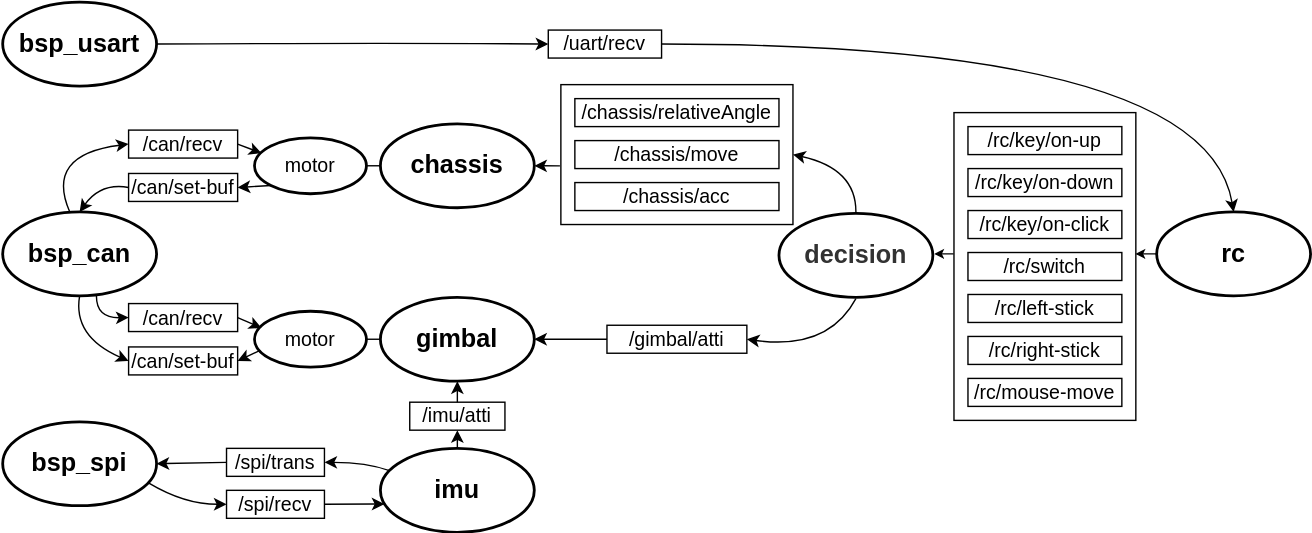
The draw.io diagram README-IMG/节点图.drawio.svg in wuchuang2001/UIML, before a commit. Source tidied: cells renumbered, new cells last; positions are measured from the earlier drawing's top-left corner, leaving out a move shared by most shapes.
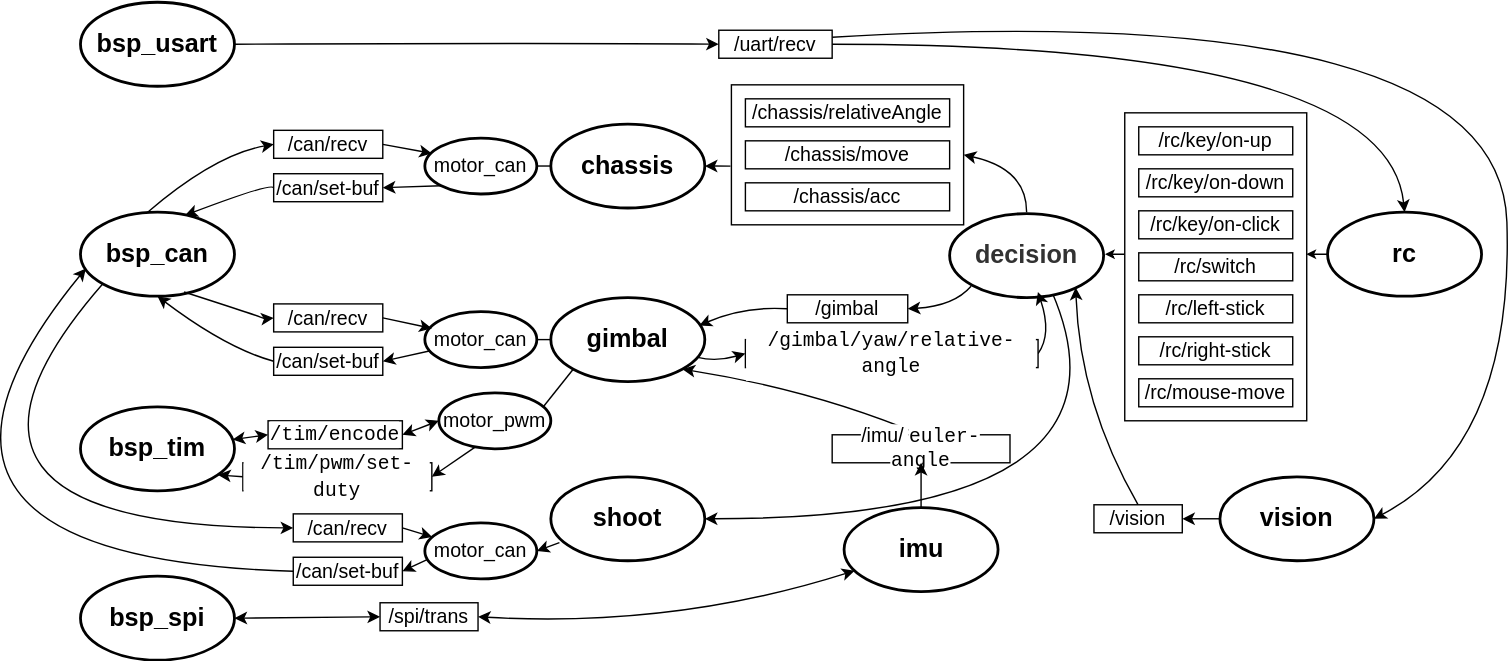
After the commit.

Commit message:
1.修改云台文件中部分bug 2.修改readme文件中todo已完成部分 3.修改节点图

What changed in the source:
```diff
@@ -5,9 +5,16 @@
     <mxCell id="2" value="&lt;font style=&quot;font-size: 18px&quot;&gt;&lt;b&gt;bsp_usart&lt;/b&gt;&lt;/font&gt;" style="ellipse;whiteSpace=wrap;html=1;strokeWidth=2;" parent="1" vertex="1">
-      <mxGeometry width="110" height="60" as="geometry" />
+      <mxGeometry x="-66" width="110" height="60" as="geometry" />
     </mxCell>
+    <mxCell id="57" style="edgeStyle=none;curved=1;html=1;exitX=0;exitY=1;exitDx=0;exitDy=0;entryX=0;entryY=0.5;entryDx=0;entryDy=0;fontColor=#000000;startArrow=none;startFill=0;endArrow=classic;endFill=1;" parent="1" edge="1" source="3" target="81">
+      <mxGeometry relative="1" as="geometry">
+        <Array as="points">
+          <mxPoint x="-202" y="375" />
+        </Array>
+      </mxGeometry>
+    </mxCell>
     <mxCell id="3" value="&lt;font style=&quot;font-size: 18px&quot;&gt;&lt;b&gt;bsp_can&lt;/b&gt;&lt;/font&gt;" style="ellipse;whiteSpace=wrap;html=1;strokeWidth=2;" parent="1" vertex="1">
-      <mxGeometry y="150" width="110" height="60" as="geometry" />
+      <mxGeometry x="-66" y="150" width="110" height="60" as="geometry" />
     </mxCell>
     <mxCell id="4" value="&lt;font style=&quot;font-size: 18px&quot;&gt;&lt;b&gt;bsp_spi&lt;/b&gt;&lt;/font&gt;" style="ellipse;whiteSpace=wrap;html=1;strokeWidth=2;" parent="1" vertex="1">
-      <mxGeometry y="300" width="110" height="60" as="geometry" />
+      <mxGeometry x="-66" y="410" width="110" height="60" as="geometry" />
     </mxCell>
@@ -16,2 +23,10 @@
     </mxCell>
+    <mxCell id="58" style="edgeStyle=none;curved=1;html=1;entryX=1;entryY=0.5;entryDx=0;entryDy=0;fontColor=#000000;startArrow=none;startFill=0;endArrow=classic;endFill=1;" parent="1" edge="1" target="72">
+      <mxGeometry relative="1" as="geometry">
+        <mxPoint x="628" y="207" as="sourcePoint" />
+        <Array as="points">
+          <mxPoint x="698" y="369" />
+        </Array>
+      </mxGeometry>
+    </mxCell>
     <mxCell id="6" value="&lt;span style=&quot;color: rgb(50 , 50 , 50) ; background-color: rgba(255 , 255 , 255 , 0.01)&quot;&gt;&lt;font style=&quot;font-size: 18px&quot;&gt;&lt;b&gt;decision&lt;/b&gt;&lt;/font&gt;&lt;/span&gt;" style="ellipse;whiteSpace=wrap;html=1;perimeterSpacing=1;strokeWidth=2;" parent="1" vertex="1">
@@ -22,2 +37,9 @@
     </mxCell>
+    <mxCell id="59" style="edgeStyle=none;html=1;entryX=0;entryY=0.5;entryDx=0;entryDy=0;fontColor=#000000;curved=1;" parent="1" edge="1" source="8" target="62">
+      <mxGeometry relative="1" as="geometry">
+        <Array as="points">
+          <mxPoint x="388" y="257" />
+        </Array>
+      </mxGeometry>
+    </mxCell>
     <mxCell id="8" value="&lt;font style=&quot;font-size: 18px&quot;&gt;&lt;b&gt;gimbal&lt;/b&gt;&lt;/font&gt;" style="ellipse;whiteSpace=wrap;html=1;strokeWidth=2;" parent="1" vertex="1">
@@ -26,8 +48,8 @@
     <mxCell id="9" value="&lt;font style=&quot;font-size: 18px&quot;&gt;&lt;b&gt;imu&lt;/b&gt;&lt;/font&gt;" style="ellipse;whiteSpace=wrap;html=1;strokeWidth=2;" parent="1" vertex="1">
-      <mxGeometry x="270" y="319" width="110" height="60" as="geometry" />
+      <mxGeometry x="479.5" y="361" width="110" height="60" as="geometry" />
     </mxCell>
-    <mxCell id="10" value="&lt;font style=&quot;font-size: 14px&quot;&gt;motor&lt;/font&gt;" style="ellipse;whiteSpace=wrap;html=1;strokeWidth=2;" parent="1" vertex="1">
+    <mxCell id="10" value="&lt;font style=&quot;font-size: 14px&quot;&gt;motor_can&lt;/font&gt;" style="ellipse;whiteSpace=wrap;html=1;strokeWidth=2;" parent="1" vertex="1">
       <mxGeometry x="180" y="97" width="80" height="40" as="geometry" />
     </mxCell>
-    <mxCell id="11" value="&lt;font style=&quot;font-size: 14px&quot;&gt;motor&lt;/font&gt;" style="ellipse;whiteSpace=wrap;html=1;strokeWidth=2;" parent="1" vertex="1">
+    <mxCell id="11" value="&lt;font style=&quot;font-size: 14px&quot;&gt;motor_can&lt;/font&gt;" style="ellipse;whiteSpace=wrap;html=1;strokeWidth=2;" parent="1" vertex="1">
       <mxGeometry x="180" y="221" width="80" height="40" as="geometry" />
@@ -86,12 +108,16 @@
     </mxCell>
-    <mxCell id="28" value="&lt;span style=&quot;font-size: 14px ; background-color: rgb(255 , 255 , 255)&quot;&gt;/gimbal/atti&lt;/span&gt;" style="rounded=0;whiteSpace=wrap;html=1;" parent="1" vertex="1">
-      <mxGeometry x="431.9" y="231" width="100" height="20" as="geometry" />
+    <mxCell id="28" value="&lt;span style=&quot;font-size: 14px ; background-color: rgb(255 , 255 , 255)&quot;&gt;/gimbal&lt;/span&gt;" style="rounded=0;whiteSpace=wrap;html=1;" parent="1" vertex="1">
+      <mxGeometry x="438.9" y="209" width="86" height="20" as="geometry" />
     </mxCell>
-    <mxCell id="29" style="curved=1;endArrow=classic;html=1;entryX=1;entryY=0.5;entryDx=0;entryDy=0;exitX=0;exitY=0.5;exitDx=0;exitDy=0;" parent="1" edge="1" source="28" target="8">
-      <mxGeometry relative="1" as="geometry" />
+    <mxCell id="29" style="curved=1;endArrow=classic;html=1;entryX=0.964;entryY=0.333;entryDx=0;entryDy=0;exitX=0;exitY=0.5;exitDx=0;exitDy=0;entryPerimeter=0;" parent="1" edge="1" source="28" target="8">
+      <mxGeometry relative="1" as="geometry">
+        <Array as="points">
+          <mxPoint x="408" y="217" />
+        </Array>
+      </mxGeometry>
     </mxCell>
-    <mxCell id="30" style="curved=1;endArrow=classic;html=1;exitX=0.5;exitY=1;exitDx=0;exitDy=0;entryX=1;entryY=0.5;entryDx=0;entryDy=0;" parent="1" edge="1" source="6" target="28">
+    <mxCell id="30" style="curved=1;endArrow=classic;html=1;exitX=0;exitY=1;exitDx=0;exitDy=0;entryX=1;entryY=0.5;entryDx=0;entryDy=0;" parent="1" edge="1" source="6" target="28">
       <mxGeometry relative="1" as="geometry">
         <Array as="points">
-          <mxPoint x="590" y="249" />
+          <mxPoint x="558" y="217" />
         </Array>
@@ -99,4 +125,11 @@
     </mxCell>
+    <mxCell id="33" style="edgeStyle=none;curved=1;html=1;exitX=0.5;exitY=0;exitDx=0;exitDy=0;entryX=1;entryY=1;entryDx=0;entryDy=0;fontColor=#000000;startArrow=none;startFill=0;endArrow=classic;endFill=1;" parent="1" edge="1" source="31" target="8">
+      <mxGeometry relative="1" as="geometry">
+        <Array as="points">
+          <mxPoint x="458" y="277" />
+        </Array>
+      </mxGeometry>
+    </mxCell>
-    <mxCell id="31" value="&lt;span style=&quot;font-size: 14px ; background-color: rgb(255 , 255 , 255)&quot;&gt;/imu/atti&lt;/span&gt;" style="rounded=0;whiteSpace=wrap;html=1;" parent="1" vertex="1">
-      <mxGeometry x="291" y="286" width="68" height="20" as="geometry" />
+    <mxCell id="31" value="&lt;span style=&quot;font-size: 14px ; background-color: rgb(255 , 255 , 255)&quot;&gt;/imu/&lt;/span&gt;&lt;span style=&quot;background-color: rgb(255, 255, 255); font-family: Consolas, &amp;quot;Courier New&amp;quot;, monospace; font-size: 14px;&quot;&gt;euler-angle&lt;/span&gt;" style="rounded=0;whiteSpace=wrap;html=1;" parent="1" vertex="1">
+      <mxGeometry x="471" y="309" width="127" height="20" as="geometry" />
     </mxCell>
@@ -105,25 +138,9 @@
     </mxCell>
-    <mxCell id="33" style="endArrow=classic;html=1;exitX=0.5;exitY=0;exitDx=0;exitDy=0;entryX=0.5;entryY=1;entryDx=0;entryDy=0;" parent="1" edge="1" source="31" target="8">
-      <mxGeometry relative="1" as="geometry" />
-    </mxCell>
     <mxCell id="34" value="&lt;span style=&quot;font-size: 14px ; background-color: rgb(255 , 255 , 255)&quot;&gt;/spi/trans&lt;/span&gt;" style="rounded=0;whiteSpace=wrap;html=1;" parent="1" vertex="1">
-      <mxGeometry x="160" y="319" width="70" height="20" as="geometry" />
+      <mxGeometry x="148" y="429" width="70" height="20" as="geometry" />
     </mxCell>
-    <mxCell id="35" value="&lt;span style=&quot;font-size: 14px ; background-color: rgb(255 , 255 , 255)&quot;&gt;/spi/recv&lt;/span&gt;" style="rounded=0;whiteSpace=wrap;html=1;" parent="1" vertex="1">
-      <mxGeometry x="160" y="349" width="70" height="20" as="geometry" />
-    </mxCell>
-    <mxCell id="36" style="curved=1;endArrow=classic;html=1;exitX=0.95;exitY=0.73;exitDx=0;exitDy=0;entryX=0;entryY=0.5;entryDx=0;entryDy=0;exitPerimeter=0;" parent="1" edge="1" source="4" target="35">
-      <mxGeometry relative="1" as="geometry">
-        <Array as="points">
-          <mxPoint x="130" y="359" />
-        </Array>
-      </mxGeometry>
-    </mxCell>
-    <mxCell id="37" style="curved=1;endArrow=classic;html=1;exitX=1;exitY=0.5;exitDx=0;exitDy=0;entryX=0.026;entryY=0.663;entryDx=0;entryDy=0;entryPerimeter=0;" parent="1" edge="1" source="35" target="9">
-      <mxGeometry relative="1" as="geometry" />
-    </mxCell>
-    <mxCell id="38" style="curved=1;endArrow=classic;html=1;exitX=0.059;exitY=0.265;exitDx=0;exitDy=0;exitPerimeter=0;entryX=1;entryY=0.5;entryDx=0;entryDy=0;" parent="1" edge="1" source="9" target="34">
+    <mxCell id="38" style="curved=1;endArrow=classic;html=1;entryX=1;entryY=0.5;entryDx=0;entryDy=0;startArrow=classic;startFill=1;" parent="1" edge="1" source="9" target="34">
       <mxGeometry relative="1" as="geometry">
         <Array as="points">
-          <mxPoint x="260" y="329" />
+          <mxPoint x="358" y="447" />
         </Array>
@@ -131,3 +148,3 @@
     </mxCell>
-    <mxCell id="39" style="curved=1;endArrow=classic;html=1;exitX=0;exitY=0.5;exitDx=0;exitDy=0;entryX=1;entryY=0.5;entryDx=0;entryDy=0;" parent="1" edge="1" source="34" target="4">
+    <mxCell id="39" style="curved=1;endArrow=classic;html=1;exitX=0;exitY=0.5;exitDx=0;exitDy=0;entryX=1;entryY=0.5;entryDx=0;entryDy=0;endFill=1;startArrow=classic;startFill=1;" parent="1" edge="1" source="34" target="4">
       <mxGeometry relative="1" as="geometry" />
@@ -135,12 +152,12 @@
     <mxCell id="40" value="&lt;span style=&quot;font-size: 14px ; background-color: rgb(255 , 255 , 255)&quot;&gt;/can/recv&lt;/span&gt;" style="rounded=0;whiteSpace=wrap;html=1;" parent="1" vertex="1">
-      <mxGeometry x="90" y="91.5" width="78" height="20" as="geometry" />
+      <mxGeometry x="72" y="91.5" width="78" height="20" as="geometry" />
     </mxCell>
     <mxCell id="41" value="&lt;span style=&quot;font-size: 14px ; background-color: rgb(255 , 255 , 255)&quot;&gt;/can/set-buf&lt;/span&gt;" style="rounded=0;whiteSpace=wrap;html=1;" parent="1" vertex="1">
-      <mxGeometry x="90" y="122.5" width="78" height="20" as="geometry" />
+      <mxGeometry x="72" y="122.5" width="78" height="20" as="geometry" />
     </mxCell>
     <mxCell id="42" value="&lt;span style=&quot;font-size: 14px ; background-color: rgb(255 , 255 , 255)&quot;&gt;/can/recv&lt;/span&gt;" style="rounded=0;whiteSpace=wrap;html=1;" parent="1" vertex="1">
-      <mxGeometry x="90" y="215.5" width="78" height="20" as="geometry" />
+      <mxGeometry x="72" y="215.5" width="78" height="20" as="geometry" />
     </mxCell>
     <mxCell id="43" value="&lt;span style=&quot;font-size: 14px ; background-color: rgb(255 , 255 , 255)&quot;&gt;/can/set-buf&lt;/span&gt;" style="rounded=0;whiteSpace=wrap;html=1;" parent="1" vertex="1">
-      <mxGeometry x="90" y="246.5" width="78" height="20" as="geometry" />
+      <mxGeometry x="72" y="246.5" width="78" height="20" as="geometry" />
     </mxCell>
@@ -153,3 +170,3 @@
     </mxCell>
-    <mxCell id="45" style="curved=1;endArrow=classic;html=1;entryX=0.5;entryY=0;entryDx=0;entryDy=0;exitX=0;exitY=0.5;exitDx=0;exitDy=0;" parent="1" edge="1" source="41" target="3">
+    <mxCell id="45" style="curved=1;endArrow=classic;html=1;exitX=0;exitY=0.5;exitDx=0;exitDy=0;entryX=0.679;entryY=0.037;entryDx=0;entryDy=0;entryPerimeter=0;" parent="1" edge="1" source="41" target="3">
       <mxGeometry relative="1" as="geometry">
@@ -174,3 +191,3 @@
       <mxGeometry relative="1" as="geometry">
-        <mxPoint x="67" y="210" as="sourcePoint" />
+        <mxPoint x="8" y="207" as="sourcePoint" />
         <Array as="points">
@@ -180,6 +197,6 @@
     </mxCell>
-    <mxCell id="51" style="curved=1;endArrow=classic;html=1;exitX=0.5;exitY=1;exitDx=0;exitDy=0;entryX=0;entryY=0.5;entryDx=0;entryDy=0;" parent="1" edge="1" source="3" target="43">
+    <mxCell id="51" style="curved=1;endArrow=none;html=1;exitX=0.5;exitY=1;exitDx=0;exitDy=0;entryX=0;entryY=0.5;entryDx=0;entryDy=0;startArrow=classic;startFill=1;endFill=0;" parent="1" edge="1" source="3" target="43">
       <mxGeometry relative="1" as="geometry">
         <Array as="points">
-          <mxPoint x="50" y="239" />
+          <mxPoint x="38" y="247" />
         </Array>
@@ -187,2 +204,10 @@
     </mxCell>
+    <mxCell id="60" style="edgeStyle=none;curved=1;html=1;exitX=1;exitY=0.25;exitDx=0;exitDy=0;fontColor=#000000;startArrow=none;startFill=0;endArrow=classic;endFill=1;entryX=1;entryY=0.5;entryDx=0;entryDy=0;" parent="1" edge="1" source="52" target="64">
+      <mxGeometry relative="1" as="geometry">
+        <Array as="points">
+          <mxPoint x="948" y="-3" />
+          <mxPoint x="958" y="317" />
+        </Array>
+      </mxGeometry>
+    </mxCell>
     <mxCell id="52" value="&lt;span style=&quot;font-size: 14px ; background-color: rgb(255 , 255 , 255)&quot;&gt;/uart/recv&lt;/span&gt;" style="rounded=0;whiteSpace=wrap;html=1;" parent="1" vertex="1">
@@ -200,3 +225,3 @@
         <Array as="points">
-          <mxPoint x="860" y="30" />
+          <mxPoint x="868" y="30" />
         </Array>
@@ -212,2 +237,83 @@
     </mxCell>
+    <mxCell id="61" style="edgeStyle=none;html=1;exitX=1;exitY=0.5;exitDx=0;exitDy=0;entryX=0.572;entryY=0.919;entryDx=0;entryDy=0;entryPerimeter=0;fontColor=#000000;curved=1;" parent="1" edge="1" source="62" target="6">
+      <mxGeometry relative="1" as="geometry">
+        <Array as="points">
+          <mxPoint x="628" y="237" />
+        </Array>
+      </mxGeometry>
+    </mxCell>
+    <mxCell id="62" value="&lt;br&gt;&lt;div style=&quot;background-color: rgb(255, 255, 255); font-family: Consolas, &amp;quot;Courier New&amp;quot;, monospace; font-weight: normal; font-size: 14px; line-height: 19px;&quot;&gt;&lt;div&gt;/gimbal/yaw/relative-angle&lt;/div&gt;&lt;/div&gt;&lt;br&gt;" style="rounded=0;whiteSpace=wrap;html=1;" parent="1" vertex="1">
+      <mxGeometry x="409" y="241" width="209.1" height="20" as="geometry" />
+    </mxCell>
+    <mxCell id="63" style="edgeStyle=none;curved=1;html=1;exitX=0;exitY=0.5;exitDx=0;exitDy=0;fontColor=#000000;startArrow=none;startFill=0;endArrow=classic;endFill=1;entryX=1;entryY=0.5;entryDx=0;entryDy=0;" parent="1" edge="1" source="64" target="66">
+      <mxGeometry relative="1" as="geometry" />
+    </mxCell>
+    <mxCell id="64" value="&lt;font style=&quot;font-size: 18px&quot;&gt;&lt;b&gt;vision&lt;/b&gt;&lt;/font&gt;" style="ellipse;whiteSpace=wrap;html=1;strokeWidth=2;" parent="1" vertex="1">
+      <mxGeometry x="748" y="339" width="110" height="60" as="geometry" />
+    </mxCell>
+    <mxCell id="65" style="edgeStyle=none;curved=1;html=1;exitX=0.5;exitY=0;exitDx=0;exitDy=0;entryX=0.813;entryY=0.868;entryDx=0;entryDy=0;entryPerimeter=0;fontColor=#000000;startArrow=none;startFill=0;endArrow=classic;endFill=1;" parent="1" edge="1" source="66" target="6">
+      <mxGeometry relative="1" as="geometry">
+        <Array as="points">
+          <mxPoint x="648" y="287" />
+        </Array>
+      </mxGeometry>
+    </mxCell>
+    <mxCell id="66" value="&lt;span style=&quot;font-size: 14px ; background-color: rgb(255 , 255 , 255)&quot;&gt;/vision&lt;/span&gt;" style="rounded=0;whiteSpace=wrap;html=1;" parent="1" vertex="1">
+      <mxGeometry x="658" y="359" width="63.1" height="20" as="geometry" />
+    </mxCell>
+    <mxCell id="67" value="&lt;font style=&quot;font-size: 18px&quot;&gt;&lt;b&gt;bsp_tim&lt;/b&gt;&lt;/font&gt;" style="ellipse;whiteSpace=wrap;html=1;strokeWidth=2;" parent="1" vertex="1">
+      <mxGeometry x="-66" y="289" width="110" height="60" as="geometry" />
+    </mxCell>
+    <mxCell id="68" style="edgeStyle=none;curved=1;html=1;exitX=0.926;exitY=0.267;exitDx=0;exitDy=0;entryX=0;entryY=1;entryDx=0;entryDy=0;fontColor=#000000;startArrow=none;startFill=0;endArrow=none;endFill=0;exitPerimeter=0;" parent="1" edge="1" source="70" target="8">
+      <mxGeometry relative="1" as="geometry" />
+    </mxCell>
+    <mxCell id="69" style="edgeStyle=none;curved=1;html=1;exitX=0;exitY=0.5;exitDx=0;exitDy=0;entryX=1;entryY=0.5;entryDx=0;entryDy=0;fontColor=#000000;startArrow=classic;startFill=1;endArrow=classic;endFill=1;" parent="1" edge="1" source="70" target="74">
+      <mxGeometry relative="1" as="geometry" />
+    </mxCell>
+    <mxCell id="70" value="&lt;font style=&quot;font-size: 14px&quot;&gt;motor_pwm&lt;/font&gt;" style="ellipse;whiteSpace=wrap;html=1;strokeWidth=2;" parent="1" vertex="1">
+      <mxGeometry x="190" y="279" width="80" height="40" as="geometry" />
+    </mxCell>
+    <mxCell id="71" style="edgeStyle=none;curved=1;html=1;exitX=0.056;exitY=0.783;exitDx=0;exitDy=0;entryX=1;entryY=0.5;entryDx=0;entryDy=0;fontColor=#000000;startArrow=none;startFill=0;endArrow=classic;endFill=1;exitPerimeter=0;" parent="1" edge="1" source="72" target="79">
+      <mxGeometry relative="1" as="geometry" />
+    </mxCell>
+    <mxCell id="72" value="&lt;font style=&quot;font-size: 18px&quot;&gt;&lt;b&gt;shoot&lt;/b&gt;&lt;/font&gt;" style="ellipse;whiteSpace=wrap;html=1;strokeWidth=2;" parent="1" vertex="1">
+      <mxGeometry x="270" y="339" width="110" height="60" as="geometry" />
+    </mxCell>
+    <mxCell id="73" style="edgeStyle=none;curved=1;html=1;exitX=0;exitY=0.5;exitDx=0;exitDy=0;fontColor=#000000;startArrow=classic;startFill=1;endArrow=classic;endFill=1;" parent="1" edge="1" source="74" target="67">
+      <mxGeometry relative="1" as="geometry" />
+    </mxCell>
+    <mxCell id="74" value="&lt;div style=&quot;background-color: rgb(255, 255, 255); font-family: Consolas, &amp;quot;Courier New&amp;quot;, monospace; font-size: 14px; line-height: 19px;&quot;&gt;/tim/encode&lt;/div&gt;" style="rounded=0;whiteSpace=wrap;html=1;" parent="1" vertex="1">
+      <mxGeometry x="68" y="299" width="96" height="20" as="geometry" />
+    </mxCell>
+    <mxCell id="75" style="edgeStyle=none;curved=1;html=1;exitX=1;exitY=0.5;exitDx=0;exitDy=0;entryX=0.327;entryY=0.967;entryDx=0;entryDy=0;entryPerimeter=0;fontColor=#000000;startArrow=classic;startFill=1;endArrow=none;endFill=0;" parent="1" edge="1" source="77" target="70">
+      <mxGeometry relative="1" as="geometry" />
+    </mxCell>
+    <mxCell id="76" style="edgeStyle=none;curved=1;html=1;exitX=0;exitY=0.5;exitDx=0;exitDy=0;entryX=0.894;entryY=0.811;entryDx=0;entryDy=0;entryPerimeter=0;fontColor=#000000;startArrow=none;startFill=0;endArrow=classic;endFill=1;" parent="1" edge="1" source="77" target="67">
+      <mxGeometry relative="1" as="geometry" />
+    </mxCell>
+    <mxCell id="77" value="&lt;div style=&quot;background-color: rgb(255, 255, 255); font-family: Consolas, &amp;quot;Courier New&amp;quot;, monospace; font-size: 14px; line-height: 19px;&quot;&gt;&lt;div style=&quot;line-height: 19px;&quot;&gt;/tim/pwm/set-duty&lt;/div&gt;&lt;/div&gt;" style="rounded=0;whiteSpace=wrap;html=1;" parent="1" vertex="1">
+      <mxGeometry x="50" y="329" width="135" height="20" as="geometry" />
+    </mxCell>
+    <mxCell id="78" style="edgeStyle=none;curved=1;html=1;exitX=0.035;exitY=0.642;exitDx=0;exitDy=0;entryX=1;entryY=0.5;entryDx=0;entryDy=0;fontColor=#000000;startArrow=none;startFill=0;endArrow=classic;endFill=1;exitPerimeter=0;" parent="1" edge="1" source="79" target="83">
+      <mxGeometry relative="1" as="geometry" />
+    </mxCell>
+    <mxCell id="79" value="&lt;font style=&quot;font-size: 14px&quot;&gt;motor_can&lt;/font&gt;" style="ellipse;whiteSpace=wrap;html=1;strokeWidth=2;" parent="1" vertex="1">
+      <mxGeometry x="180" y="372" width="80" height="40" as="geometry" />
+    </mxCell>
+    <mxCell id="80" style="edgeStyle=none;curved=1;html=1;exitX=1;exitY=0.5;exitDx=0;exitDy=0;fontColor=#000000;startArrow=none;startFill=0;endArrow=classic;endFill=1;" parent="1" edge="1" source="81" target="79">
+      <mxGeometry relative="1" as="geometry" />
+    </mxCell>
+    <mxCell id="81" value="&lt;span style=&quot;font-size: 14px ; background-color: rgb(255 , 255 , 255)&quot;&gt;/can/recv&lt;/span&gt;" style="rounded=0;whiteSpace=wrap;html=1;" parent="1" vertex="1">
+      <mxGeometry x="86" y="365.5" width="78" height="20" as="geometry" />
+    </mxCell>
+    <mxCell id="82" style="edgeStyle=none;curved=1;html=1;exitX=0;exitY=0.5;exitDx=0;exitDy=0;entryX=0.035;entryY=0.669;entryDx=0;entryDy=0;entryPerimeter=0;fontColor=#000000;startArrow=none;startFill=0;endArrow=classic;endFill=1;" parent="1" edge="1" source="83" target="3">
+      <mxGeometry relative="1" as="geometry">
+        <Array as="points">
+          <mxPoint x="-232" y="397" />
+        </Array>
+      </mxGeometry>
+    </mxCell>
+    <mxCell id="83" value="&lt;span style=&quot;font-size: 14px ; background-color: rgb(255 , 255 , 255)&quot;&gt;/can/set-buf&lt;/span&gt;" style="rounded=0;whiteSpace=wrap;html=1;" parent="1" vertex="1">
+      <mxGeometry x="86" y="396.5" width="78" height="20" as="geometry" />
+    </mxCell>
   </root>
```
